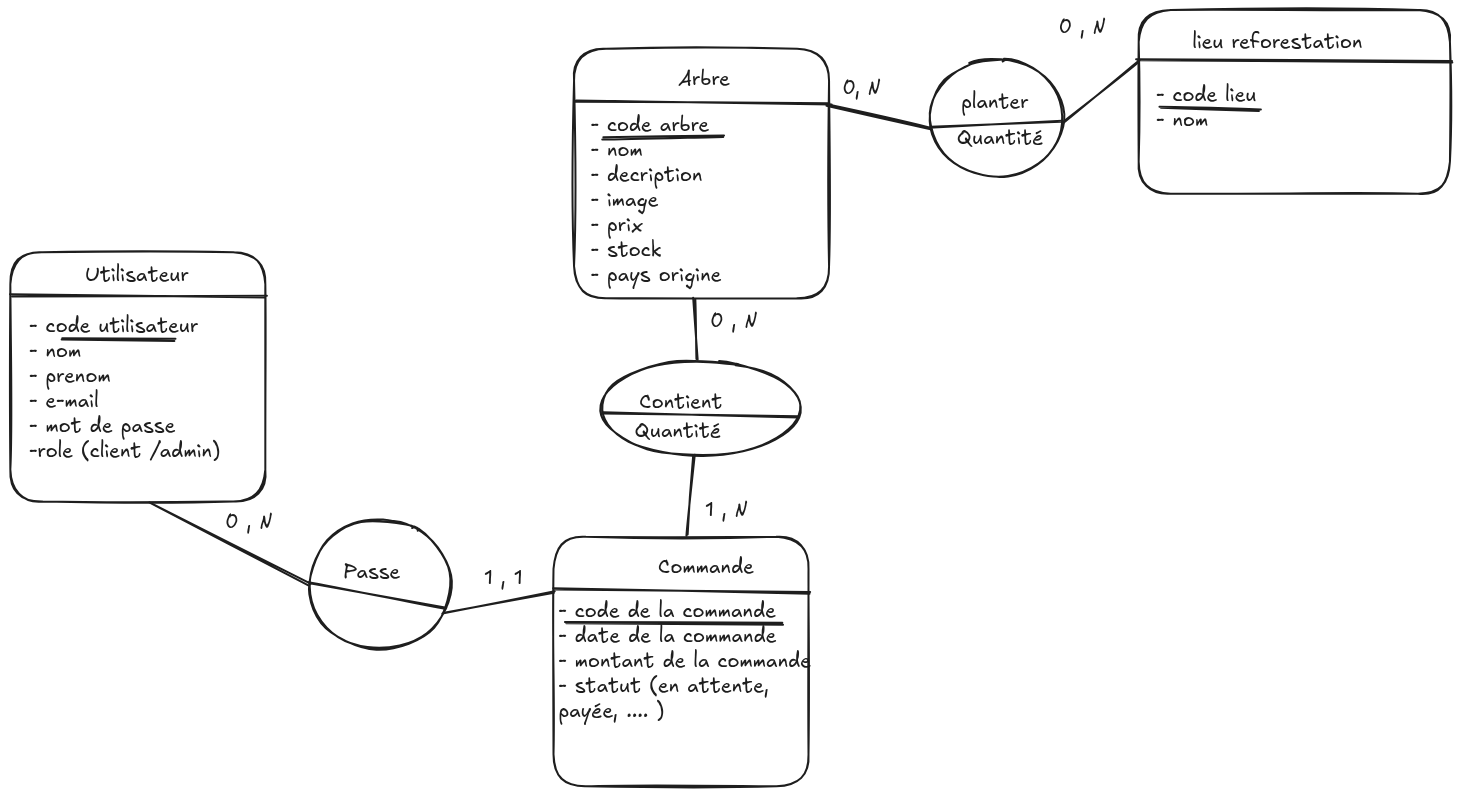
This is conception/MLD-MCD-MPD/MCD2.excalidraw.png from AnneSophieBaumgart/Greenroots, a Excalidraw export, as it was before one commit. Source tidied: one line per element, renumbered; positions are measured from the earlier drawing's top-left corner, leaving out a move shared by most shapes.
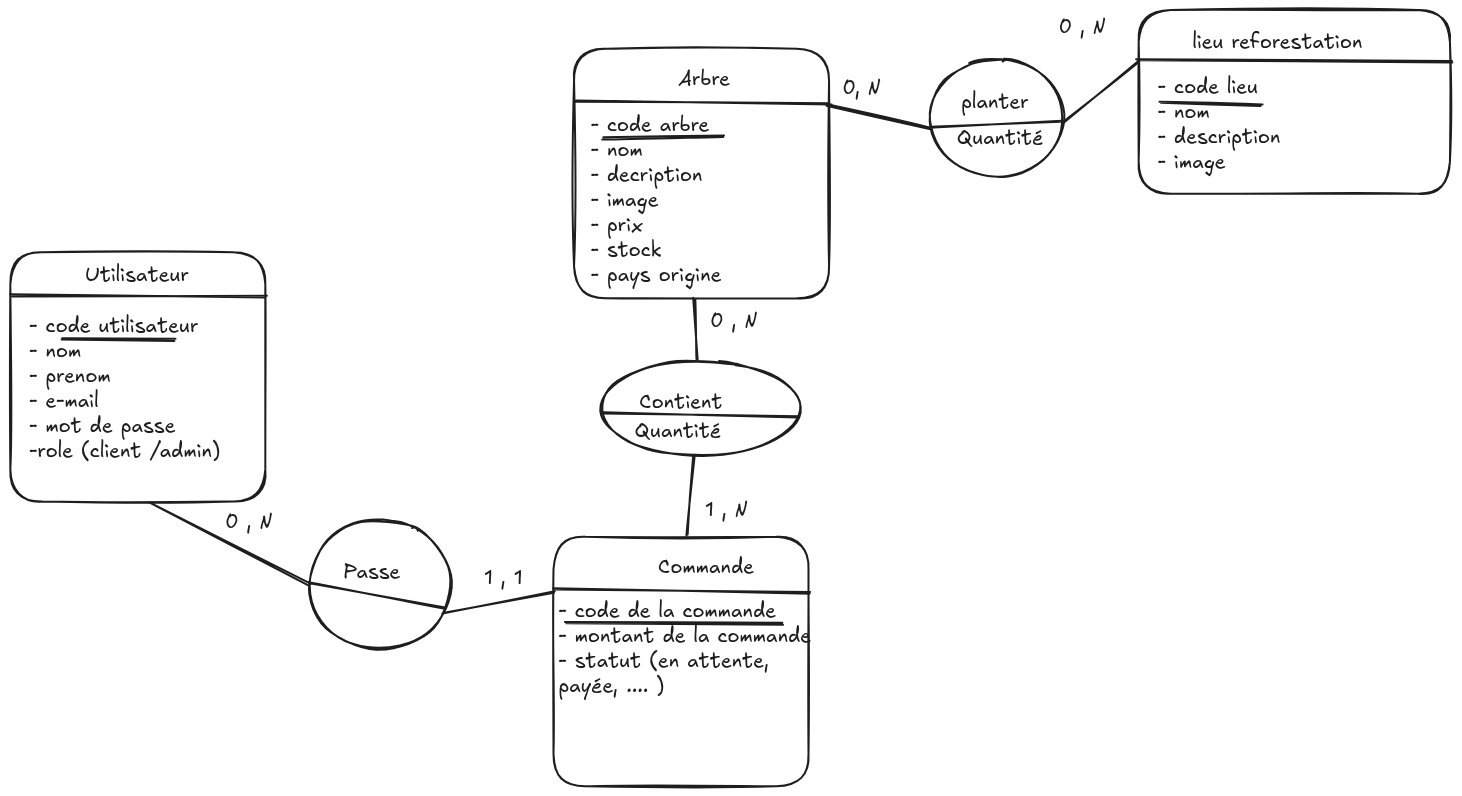
The same file after the commit.

Diff of the diagram source:
```diff
@@ -9,7 +9,7 @@
 {"id": 8, "type": "rectangle", "strokeColor": "#1e1e1e", "strokeWidth": 2, "roughness": 1, "round": true, "x": 543, "y": 527, "width": 255, "height": 250}
 {"id": 9, "type": "line", "strokeColor": "#1e1e1e", "strokeWidth": 2, "roughness": 1, "round": true, "x": 544, "y": 580, "width": 255, "height": 2, "points": [[0, 0], [255, 2]]}
 {"id": 10, "type": "text", "text": "Commande", "strokeColor": "#1e1e1e", "strokeWidth": 2, "roughness": 1, "fontSize": 20, "fontFamily": 5, "x": 648, "y": 546, "width": 96, "height": 25}
-{"id": 11, "type": "text", "text": "- code de la commande\n- date de la commande\n- montant de la commande\n- statut (en attente,\npayée, .... )\n\n", "strokeColor": "#1e1e1e", "strokeWidth": 2, "roughness": 1, "fontSize": 20, "fontFamily": 5, "x": 548, "y": 590, "width": 252, "height": 175}
+{"id": 11, "type": "text", "text": "- code de la commande\n- montant de la commande\n- statut (en attente,\npayée, .... )\n\n", "strokeColor": "#1e1e1e", "strokeWidth": 2, "roughness": 1, "fontSize": 20, "fontFamily": 5, "x": 548, "y": 590, "width": 252, "height": 150}
 {"id": 12, "type": "ellipse", "strokeColor": "#1e1e1e", "strokeWidth": 2, "roughness": 1, "round": true, "x": 299, "y": 510, "width": 142, "height": 129}
 {"id": 13, "type": "line", "strokeColor": "#1e1e1e", "strokeWidth": 2, "roughness": 1, "round": true, "x": 140, "y": 493, "width": 159, "height": 82, "points": [[0, 0], [159, 82]]}
 {"id": 14, "type": "line", "strokeColor": "#1e1e1e", "strokeWidth": 2, "roughness": 1, "round": true, "x": 433, "y": 603, "width": 111, "height": 21, "points": [[0, 0], [111, -21]]}
@@ -30,7 +30,7 @@
 {"id": 29, "type": "rectangle", "strokeColor": "#1e1e1e", "strokeWidth": 2, "roughness": 1, "round": true, "x": 1128, "y": 0, "width": 311, "height": 184}
 {"id": 30, "type": "line", "strokeColor": "#1e1e1e", "strokeWidth": 2, "roughness": 1, "round": true, "x": 1127, "y": 50, "width": 314, "height": 1, "points": [[0, 0], [314, 1]]}
 {"id": 31, "type": "text", "text": "lieu reforestation", "strokeColor": "#1e1e1e", "strokeWidth": 2, "roughness": 1, "fontSize": 20, "fontFamily": 5, "x": 1182, "y": 20, "width": 170, "height": 25}
-{"id": 32, "type": "text", "text": "- code lieu\n- nom", "strokeColor": "#1e1e1e", "strokeWidth": 2, "roughness": 1, "fontSize": 20, "fontFamily": 5, "x": 1146, "y": 74, "width": 100, "height": 50}
+{"id": 32, "type": "text", "text": "- code lieu\n- nom\n- description\n- image", "strokeColor": "#1e1e1e", "strokeWidth": 2, "roughness": 1, "fontSize": 20, "fontFamily": 5, "x": 1148, "y": 65, "width": 123, "height": 100}
 {"id": 33, "type": "ellipse", "strokeColor": "#1e1e1e", "strokeWidth": 2, "roughness": 1, "round": true, "x": 920, "y": 49, "width": 134, "height": 118}
 {"id": 34, "type": "line", "strokeColor": "#1e1e1e", "strokeWidth": 2, "roughness": 1, "round": true, "x": 920, "y": 118, "width": 133, "height": 6, "points": [[0, 0], [133, -6]]}
 {"id": 35, "type": "text", "text": "planter", "strokeColor": "#1e1e1e", "strokeWidth": 2, "roughness": 1, "fontSize": 20, "fontFamily": 5, "x": 951, "y": 80, "width": 67, "height": 25}
@@ -38,6 +38,6 @@
 {"id": 37, "type": "line", "strokeColor": "#1e1e1e", "strokeWidth": 2, "roughness": 1, "round": true, "x": 1052, "y": 112, "width": 76, "height": 62, "points": [[0, 0], [76, -62]]}
 {"id": 38, "type": "text", "text": "0, N", "strokeColor": "#1e1e1e", "strokeWidth": 2, "roughness": 1, "fontSize": 20, "fontFamily": 5, "x": 832, "y": 66, "width": 38, "height": 25}
 {"id": 39, "type": "text", "text": "0 , N", "strokeColor": "#1e1e1e", "strokeWidth": 2, "roughness": 1, "fontSize": 20, "fontFamily": 5, "x": 1048, "y": 5, "width": 70, "height": 25}
-{"id": 40, "type": "line", "strokeColor": "#1e1e1e", "strokeWidth": 2, "roughness": 1, "round": true, "x": 1151, "y": 98, "width": 99, "height": 2, "points": [[0, 0], [99, 2]]}
+{"id": 40, "type": "line", "strokeColor": "#1e1e1e", "strokeWidth": 2, "roughness": 1, "round": true, "x": 1151, "y": 92, "width": 100, "height": 2, "points": [[0, 0], [100, 2]]}
 {"id": 41, "type": "text", "text": "Quantité", "strokeColor": "#1e1e1e", "strokeWidth": 2, "roughness": 1, "fontSize": 20, "fontFamily": 5, "x": 624, "y": 409, "width": 86, "height": 25}
 {"id": 42, "type": "text", "text": "Quantité", "strokeColor": "#1e1e1e", "strokeWidth": 2, "roughness": 1, "fontSize": 20, "fontFamily": 5, "x": 947, "y": 117, "width": 86, "height": 25}
```
